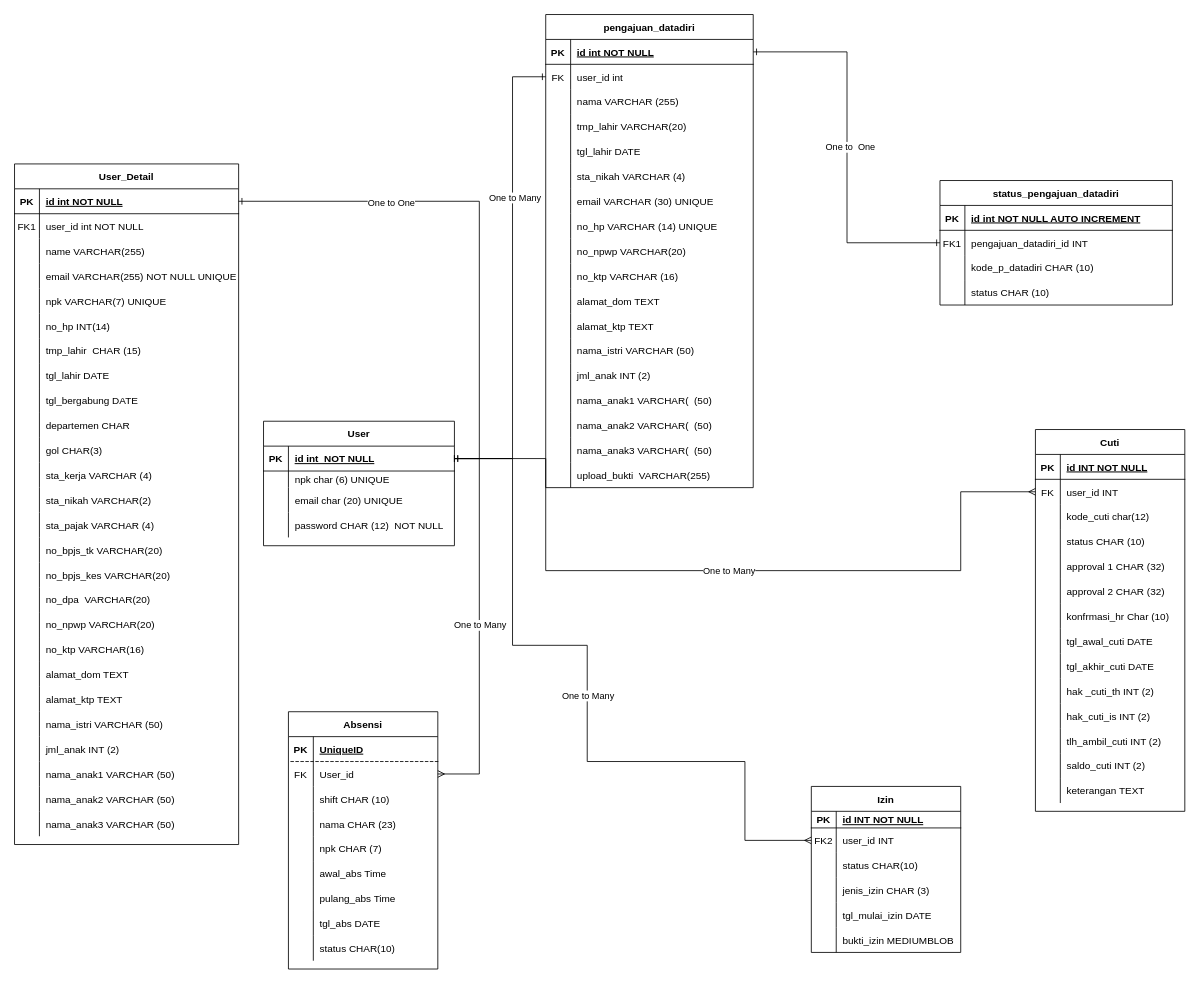
This is page "ERD" (1 of 6) of ERDS1AR/ERD S1AR.drawio from magang-aiia/ERD-Diagram, a draw.io file, before an edit. Source tidied: cells renumbered, new cells numbered last; positions are measured from the earlier drawing's top-left corner, leaving out a move shared by most shapes. Both pictures are drawn from the tidied source at 83%, with x=0, y=0 at pixel (14, 14).
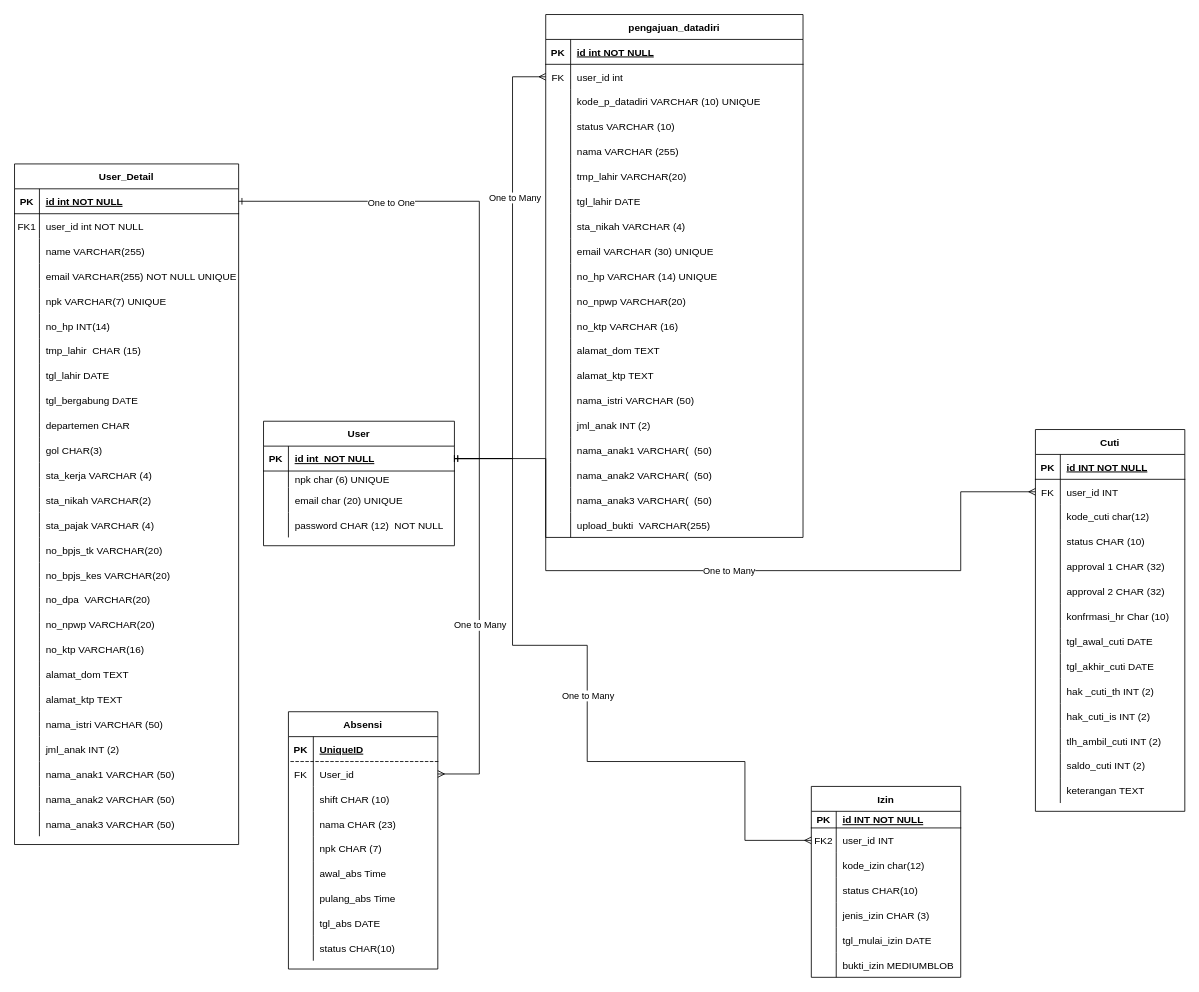
The same page after the edit.

The change refers to these unchanged cells:
```xml
<mxCell id="137" style="shape=tableRow;horizontal=0;startSize=0;swimlaneHead=0;swimlaneBody=0;fillColor=none;points=[[0,0.5],[1,0.5]];portConstraint=eastwest;top=0;left=0;right=0;bottom=1;rounded=0;" parent="136" vertex="1">
  <mxGeometry y="30" width="230" height="30" as="geometry" />
</mxCell>
```

Diff of the diagram source:
```diff
@@
     <mxCell id="81" value="pengajuan_datadiri" style="shape=table;startSize=30;childLayout=tableLayout;rowLines=0;fontStyle=1;align=center;" parent="1" vertex="1">
-      <mxGeometry x="640" width="250" height="570" as="geometry" />
+      <mxGeometry x="640" width="310" height="630" as="geometry" />
     </mxCell>
     <mxCell id="82" style="shape=partialRectangle;fillColor=none;points=[[0,0.5],[1,0.5]];portConstraint=eastwest;top=0;left=0;right=0;bottom=1;" parent="81" vertex="1">
-      <mxGeometry y="30" width="250" height="30" as="geometry" />
+      <mxGeometry y="30" width="310" height="30" as="geometry" />
     </mxCell>
@@
     <mxCell id="84" value="id int NOT NULL " style="shape=partialRectangle;overflow=hidden;fillColor=none;top=0;left=0;bottom=0;right=0;align=left;spacingLeft=6;fontStyle=5;" parent="82" vertex="1">
-      <mxGeometry x="30" width="220" height="30" as="geometry" />
+      <mxGeometry x="30" width="280" height="30" as="geometry" />
     </mxCell>
     <mxCell id="85" style="shape=partialRectangle;fillColor=none;points=[[0,0.5],[1,0.5]];portConstraint=eastwest;top=0;left=0;right=0;bottom=0;" parent="81" vertex="1">
-      <mxGeometry y="60" width="250" height="30" as="geometry" />
+      <mxGeometry y="60" width="310" height="30" as="geometry" />
     </mxCell>
@@
     <mxCell id="87" value="user_id int" style="shape=partialRectangle;overflow=hidden;fillColor=none;top=0;left=0;bottom=0;right=0;align=left;spacingLeft=6;" parent="85" vertex="1">
-      <mxGeometry x="30" width="220" height="30" as="geometry" />
+      <mxGeometry x="30" width="280" height="30" as="geometry" />
     </mxCell>
+    <mxCell id="264" style="shape=partialRectangle;fillColor=none;top=0;left=0;right=0;bottom=0;" parent="81" vertex="1">
+      <mxGeometry y="90" width="310" height="30" as="geometry" />
+    </mxCell>
+    <mxCell id="265" style="shape=partialRectangle;overflow=hidden;fillColor=none;top=0;left=0;bottom=0;right=0;" parent="264" vertex="1">
+      <mxGeometry width="30" height="30" as="geometry" />
+    </mxCell>
+    <mxCell id="266" value="kode_p_datadiri VARCHAR (10) UNIQUE" style="shape=partialRectangle;overflow=hidden;fillColor=none;top=0;left=0;bottom=0;right=0;align=left;spacingLeft=6;" parent="264" vertex="1">
+      <mxGeometry x="30" width="280" height="30" as="geometry" />
+    </mxCell>
+    <mxCell id="267" style="shape=partialRectangle;fillColor=none;top=0;left=0;right=0;bottom=0;" parent="81" vertex="1">
+      <mxGeometry y="120" width="310" height="30" as="geometry" />
+    </mxCell>
+    <mxCell id="268" style="shape=partialRectangle;overflow=hidden;fillColor=none;top=0;left=0;bottom=0;right=0;" parent="267" vertex="1">
+      <mxGeometry width="30" height="30" as="geometry" />
+    </mxCell>
+    <mxCell id="269" value="status VARCHAR (10)" style="shape=partialRectangle;overflow=hidden;fillColor=none;top=0;left=0;bottom=0;right=0;align=left;spacingLeft=6;" parent="267" vertex="1">
+      <mxGeometry x="30" width="280" height="30" as="geometry" />
+    </mxCell>
     <mxCell id="88" style="shape=partialRectangle;fillColor=none;top=0;left=0;right=0;bottom=0;" parent="81" vertex="1">
-      <mxGeometry y="90" width="250" height="30" as="geometry" />
+      <mxGeometry y="150" width="310" height="30" as="geometry" />
     </mxCell>
@@
     <mxCell id="90" value="nama VARCHAR (255)" style="shape=partialRectangle;overflow=hidden;fillColor=none;top=0;left=0;bottom=0;right=0;align=left;spacingLeft=6;" parent="88" vertex="1">
-      <mxGeometry x="30" width="220" height="30" as="geometry" />
+      <mxGeometry x="30" width="280" height="30" as="geometry" />
     </mxCell>
     <mxCell id="91" style="shape=partialRectangle;fillColor=none;top=0;left=0;right=0;bottom=0;" parent="81" vertex="1">
-      <mxGeometry y="120" width="250" height="30" as="geometry" />
+      <mxGeometry y="180" width="310" height="30" as="geometry" />
     </mxCell>
@@
     <mxCell id="93" value="tmp_lahir VARCHAR(20)" style="shape=partialRectangle;overflow=hidden;fillColor=none;top=0;left=0;bottom=0;right=0;align=left;spacingLeft=6;" parent="91" vertex="1">
-      <mxGeometry x="30" width="220" height="30" as="geometry" />
+      <mxGeometry x="30" width="280" height="30" as="geometry" />
     </mxCell>
     <mxCell id="94" style="shape=partialRectangle;fillColor=none;top=0;left=0;right=0;bottom=0;" parent="81" vertex="1">
-      <mxGeometry y="150" width="250" height="30" as="geometry" />
+      <mxGeometry y="210" width="310" height="30" as="geometry" />
     </mxCell>
@@
     <mxCell id="96" value="tgl_lahir DATE" style="shape=partialRectangle;overflow=hidden;fillColor=none;top=0;left=0;bottom=0;right=0;align=left;spacingLeft=6;" parent="94" vertex="1">
-      <mxGeometry x="30" width="220" height="30" as="geometry" />
+      <mxGeometry x="30" width="280" height="30" as="geometry" />
     </mxCell>
     <mxCell id="97" style="shape=partialRectangle;fillColor=none;top=0;left=0;right=0;bottom=0;" parent="81" vertex="1">
-      <mxGeometry y="180" width="250" height="30" as="geometry" />
+      <mxGeometry y="240" width="310" height="30" as="geometry" />
     </mxCell>
@@
     <mxCell id="99" value="sta_nikah VARCHAR (4)" style="shape=partialRectangle;overflow=hidden;fillColor=none;top=0;left=0;bottom=0;right=0;align=left;spacingLeft=6;" parent="97" vertex="1">
-      <mxGeometry x="30" width="220" height="30" as="geometry" />
+      <mxGeometry x="30" width="280" height="30" as="geometry" />
     </mxCell>
     <mxCell id="100" style="shape=partialRectangle;fillColor=none;top=0;left=0;right=0;bottom=0;" parent="81" vertex="1">
-      <mxGeometry y="210" width="250" height="30" as="geometry" />
+      <mxGeometry y="270" width="310" height="30" as="geometry" />
     </mxCell>
@@
     <mxCell id="102" value="email VARCHAR (30) UNIQUE" style="shape=partialRectangle;overflow=hidden;fillColor=none;top=0;left=0;bottom=0;right=0;align=left;spacingLeft=6;" parent="100" vertex="1">
-      <mxGeometry x="30" width="220" height="30" as="geometry" />
+      <mxGeometry x="30" width="280" height="30" as="geometry" />
     </mxCell>
     <mxCell id="103" style="shape=partialRectangle;fillColor=none;top=0;left=0;right=0;bottom=0;" parent="81" vertex="1">
-      <mxGeometry y="240" width="250" height="30" as="geometry" />
+      <mxGeometry y="300" width="310" height="30" as="geometry" />
     </mxCell>
@@
     <mxCell id="105" value="no_hp VARCHAR (14) UNIQUE" style="shape=partialRectangle;overflow=hidden;fillColor=none;top=0;left=0;bottom=0;right=0;align=left;spacingLeft=6;" parent="103" vertex="1">
-      <mxGeometry x="30" width="220" height="30" as="geometry" />
+      <mxGeometry x="30" width="280" height="30" as="geometry" />
     </mxCell>
     <mxCell id="106" style="shape=partialRectangle;fillColor=none;top=0;left=0;right=0;bottom=0;" parent="81" vertex="1">
-      <mxGeometry y="270" width="250" height="30" as="geometry" />
+      <mxGeometry y="330" width="310" height="30" as="geometry" />
     </mxCell>
@@
     <mxCell id="108" value="no_npwp VARCHAR(20) " style="shape=partialRectangle;overflow=hidden;fillColor=none;top=0;left=0;bottom=0;right=0;align=left;spacingLeft=6;" parent="106" vertex="1">
-      <mxGeometry x="30" width="220" height="30" as="geometry" />
+      <mxGeometry x="30" width="280" height="30" as="geometry" />
     </mxCell>
     <mxCell id="109" style="shape=partialRectangle;fillColor=none;top=0;left=0;right=0;bottom=0;" parent="81" vertex="1">
-      <mxGeometry y="300" width="250" height="30" as="geometry" />
+      <mxGeometry y="360" width="310" height="30" as="geometry" />
     </mxCell>
@@
     <mxCell id="111" value="no_ktp VARCHAR (16)" style="shape=partialRectangle;overflow=hidden;fillColor=none;top=0;left=0;bottom=0;right=0;align=left;spacingLeft=6;" parent="109" vertex="1">
-      <mxGeometry x="30" width="220" height="30" as="geometry" />
+      <mxGeometry x="30" width="280" height="30" as="geometry" />
     </mxCell>
     <mxCell id="112" style="shape=partialRectangle;fillColor=none;top=0;left=0;right=0;bottom=0;" parent="81" vertex="1">
-      <mxGeometry y="330" width="250" height="30" as="geometry" />
+      <mxGeometry y="390" width="310" height="30" as="geometry" />
     </mxCell>
@@
     <mxCell id="114" value="alamat_dom TEXT" style="shape=partialRectangle;overflow=hidden;fillColor=none;top=0;left=0;bottom=0;right=0;align=left;spacingLeft=6;" parent="112" vertex="1">
-      <mxGeometry x="30" width="220" height="30" as="geometry" />
+      <mxGeometry x="30" width="280" height="30" as="geometry" />
     </mxCell>
     <mxCell id="115" style="shape=partialRectangle;fillColor=none;top=0;left=0;right=0;bottom=0;" parent="81" vertex="1">
-      <mxGeometry y="360" width="250" height="30" as="geometry" />
+      <mxGeometry y="420" width="310" height="30" as="geometry" />
     </mxCell>
@@
     <mxCell id="117" value="alamat_ktp TEXT" style="shape=partialRectangle;overflow=hidden;fillColor=none;top=0;left=0;bottom=0;right=0;align=left;spacingLeft=6;" parent="115" vertex="1">
-      <mxGeometry x="30" width="220" height="30" as="geometry" />
+      <mxGeometry x="30" width="280" height="30" as="geometry" />
     </mxCell>
     <mxCell id="118" style="shape=partialRectangle;fillColor=none;top=0;left=0;right=0;bottom=0;" parent="81" vertex="1">
-      <mxGeometry y="390" width="250" height="30" as="geometry" />
+      <mxGeometry y="450" width="310" height="30" as="geometry" />
     </mxCell>
@@
     <mxCell id="120" value="nama_istri VARCHAR (50)" style="shape=partialRectangle;overflow=hidden;fillColor=none;top=0;left=0;bottom=0;right=0;align=left;spacingLeft=6;" parent="118" vertex="1">
-      <mxGeometry x="30" width="220" height="30" as="geometry" />
+      <mxGeometry x="30" width="280" height="30" as="geometry" />
     </mxCell>
     <mxCell id="121" style="shape=partialRectangle;fillColor=none;top=0;left=0;right=0;bottom=0;" parent="81" vertex="1">
-      <mxGeometry y="420" width="250" height="30" as="geometry" />
+      <mxGeometry y="480" width="310" height="30" as="geometry" />
     </mxCell>
@@
     <mxCell id="123" value="jml_anak INT (2)" style="shape=partialRectangle;overflow=hidden;fillColor=none;top=0;left=0;bottom=0;right=0;align=left;spacingLeft=6;" parent="121" vertex="1">
-      <mxGeometry x="30" width="220" height="30" as="geometry" />
+      <mxGeometry x="30" width="280" height="30" as="geometry" />
     </mxCell>
     <mxCell id="124" style="shape=partialRectangle;fillColor=none;top=0;left=0;right=0;bottom=0;" parent="81" vertex="1">
-      <mxGeometry y="450" width="250" height="30" as="geometry" />
+      <mxGeometry y="510" width="310" height="30" as="geometry" />
     </mxCell>
@@
     <mxCell id="126" value="nama_anak1 VARCHAR(  (50)" style="shape=partialRectangle;overflow=hidden;fillColor=none;top=0;left=0;bottom=0;right=0;align=left;spacingLeft=6;fontStyle=0;" parent="124" vertex="1">
-      <mxGeometry x="30" width="220" height="30" as="geometry" />
+      <mxGeometry x="30" width="280" height="30" as="geometry" />
     </mxCell>
     <mxCell id="127" style="shape=partialRectangle;fillColor=none;top=0;left=0;right=0;bottom=0;" parent="81" vertex="1">
-      <mxGeometry y="480" width="250" height="30" as="geometry" />
+      <mxGeometry y="540" width="310" height="30" as="geometry" />
     </mxCell>
@@
     <mxCell id="129" value="nama_anak2 VARCHAR(  (50)" style="shape=partialRectangle;overflow=hidden;fillColor=none;top=0;left=0;bottom=0;right=0;align=left;spacingLeft=6;fontStyle=0;" parent="127" vertex="1">
-      <mxGeometry x="30" width="220" height="30" as="geometry" />
+      <mxGeometry x="30" width="280" height="30" as="geometry" />
     </mxCell>
     <mxCell id="130" style="shape=partialRectangle;fillColor=none;top=0;left=0;right=0;bottom=0;" parent="81" vertex="1">
-      <mxGeometry y="510" width="250" height="30" as="geometry" />
+      <mxGeometry y="570" width="310" height="30" as="geometry" />
     </mxCell>
@@
     <mxCell id="132" value="nama_anak3 VARCHAR(  (50)" style="shape=partialRectangle;overflow=hidden;fillColor=none;top=0;left=0;bottom=0;right=0;align=left;spacingLeft=6;fontStyle=0;" parent="130" vertex="1">
-      <mxGeometry x="30" width="220" height="30" as="geometry" />
+      <mxGeometry x="30" width="280" height="30" as="geometry" />
     </mxCell>
     <mxCell id="133" style="shape=partialRectangle;fillColor=none;top=0;left=0;right=0;bottom=0;" parent="81" vertex="1">
-      <mxGeometry y="540" width="250" height="30" as="geometry" />
+      <mxGeometry y="600" width="310" height="30" as="geometry" />
     </mxCell>
@@
     <mxCell id="135" value="upload_bukti  VARCHAR(255)" style="shape=partialRectangle;overflow=hidden;fillColor=none;top=0;left=0;bottom=0;right=0;align=left;spacingLeft=6;" parent="133" vertex="1">
-      <mxGeometry x="30" width="220" height="30" as="geometry" />
+      <mxGeometry x="30" width="280" height="30" as="geometry" />
     </mxCell>
@@
     <mxCell id="192" value="Izin" style="shape=table;startSize=30;childLayout=tableLayout;rowLines=0;fontStyle=1;align=center;rounded=0;" parent="1" vertex="1">
-      <mxGeometry x="960" y="930" width="180" height="200" as="geometry" />
+      <mxGeometry x="960" y="930" width="180" height="230" as="geometry" />
     </mxCell>
@@
+    <mxCell id="270" style="shape=tableRow;horizontal=0;startSize=0;swimlaneHead=0;swimlaneBody=0;fillColor=none;top=0;left=0;right=0;bottom=0;rounded=0;" parent="192" vertex="1">
+      <mxGeometry y="80" width="180" height="30" as="geometry" />
+    </mxCell>
+    <mxCell id="271" style="shape=partialRectangle;fillColor=none;top=0;left=0;bottom=0;right=0;overflow=hidden;rounded=0;" parent="270" vertex="1">
+      <mxGeometry width="30" height="30" as="geometry" />
+    </mxCell>
+    <mxCell id="272" value="kode_izin char(12)" style="shape=partialRectangle;fillColor=none;top=0;left=0;bottom=0;right=0;align=left;spacingLeft=6;overflow=hidden;rounded=0;" parent="270" vertex="1">
+      <mxGeometry x="30" width="150" height="30" as="geometry" />
+    </mxCell>
     <mxCell id="199" style="shape=tableRow;horizontal=0;startSize=0;swimlaneHead=0;swimlaneBody=0;fillColor=none;top=0;left=0;right=0;bottom=0;rounded=0;" parent="192" vertex="1">
-      <mxGeometry y="80" width="180" height="30" as="geometry" />
+      <mxGeometry y="110" width="180" height="30" as="geometry" />
     </mxCell>
@@
     <mxCell id="202" style="shape=tableRow;horizontal=0;startSize=0;swimlaneHead=0;swimlaneBody=0;fillColor=none;top=0;left=0;right=0;bottom=0;rounded=0;" parent="192" vertex="1">
-      <mxGeometry y="110" width="180" height="30" as="geometry" />
+      <mxGeometry y="140" width="180" height="30" as="geometry" />
     </mxCell>
@@
     <mxCell id="205" style="shape=tableRow;horizontal=0;startSize=0;swimlaneHead=0;swimlaneBody=0;fillColor=none;top=0;left=0;right=0;bottom=0;rounded=0;" parent="192" vertex="1">
-      <mxGeometry y="140" width="180" height="30" as="geometry" />
+      <mxGeometry y="170" width="180" height="30" as="geometry" />
     </mxCell>
@@
     <mxCell id="208" style="shape=tableRow;horizontal=0;startSize=0;swimlaneHead=0;swimlaneBody=0;fillColor=none;top=0;left=0;right=0;bottom=0;rounded=0;" parent="192" vertex="1">
-      <mxGeometry y="170" width="180" height="30" as="geometry" />
+      <mxGeometry y="200" width="180" height="30" as="geometry" />
     </mxCell>
@@
-    <mxCell id="211" value="status_pengajuan_datadiri" style="shape=table;startSize=30;childLayout=tableLayout;rowLines=0;fontStyle=1;align=center;rounded=0;" parent="1" vertex="1">
-      <mxGeometry x="1115" y="200" width="280" height="150" as="geometry" />
-    </mxCell>
-    <mxCell id="212" style="shape=tableRow;horizontal=0;startSize=0;swimlaneHead=0;swimlaneBody=0;fillColor=none;top=0;left=0;right=0;bottom=1;rounded=0;" parent="211" vertex="1">
-      <mxGeometry y="30" width="280" height="30" as="geometry" />
-    </mxCell>
-    <mxCell id="213" value="PK" style="shape=partialRectangle;fillColor=none;top=0;left=0;bottom=0;right=0;fontStyle=1;overflow=hidden;rounded=0;" parent="212" vertex="1">
-      <mxGeometry width="30" height="30" as="geometry" />
-    </mxCell>
-    <mxCell id="214" value="id int NOT NULL AUTO INCREMENT" style="shape=partialRectangle;fillColor=none;top=0;left=0;bottom=0;right=0;align=left;spacingLeft=6;fontStyle=5;overflow=hidden;rounded=0;" parent="212" vertex="1">
-      <mxGeometry x="30" width="250" height="30" as="geometry" />
-    </mxCell>
-    <mxCell id="215" style="shape=tableRow;horizontal=0;startSize=0;swimlaneHead=0;swimlaneBody=0;fillColor=none;points=[[0,0.5],[1,0.5]];portConstraint=eastwest;top=0;left=0;right=0;bottom=0;rounded=0;" parent="211" vertex="1">
-      <mxGeometry y="60" width="280" height="30" as="geometry" />
-    </mxCell>
-    <mxCell id="216" value="FK1" style="shape=partialRectangle;fillColor=none;top=0;left=0;bottom=0;right=0;overflow=hidden;rounded=0;" parent="215" vertex="1">
-      <mxGeometry width="30" height="30" as="geometry" />
-    </mxCell>
-    <mxCell id="217" value="pengajuan_datadiri_id INT" style="shape=partialRectangle;fillColor=none;top=0;left=0;bottom=0;right=0;align=left;spacingLeft=6;overflow=hidden;rounded=0;" parent="215" vertex="1">
-      <mxGeometry x="30" width="250" height="30" as="geometry" />
-    </mxCell>
-    <mxCell id="218" style="shape=tableRow;horizontal=0;startSize=0;swimlaneHead=0;swimlaneBody=0;fillColor=none;top=0;left=0;right=0;bottom=0;rounded=0;" parent="211" vertex="1">
-      <mxGeometry y="90" width="280" height="30" as="geometry" />
-    </mxCell>
-    <mxCell id="219" style="shape=partialRectangle;fillColor=none;top=0;left=0;bottom=0;right=0;overflow=hidden;rounded=0;" parent="218" vertex="1">
-      <mxGeometry width="30" height="30" as="geometry" />
-    </mxCell>
-    <mxCell id="220" value="kode_p_datadiri CHAR (10)" style="shape=partialRectangle;fillColor=none;top=0;left=0;bottom=0;right=0;align=left;spacingLeft=6;overflow=hidden;rounded=0;" parent="218" vertex="1">
-      <mxGeometry x="30" width="250" height="30" as="geometry" />
-    </mxCell>
-    <mxCell id="221" style="shape=tableRow;horizontal=0;startSize=0;swimlaneHead=0;swimlaneBody=0;fillColor=none;top=0;left=0;right=0;bottom=0;rounded=0;" parent="211" vertex="1">
-      <mxGeometry y="120" width="280" height="30" as="geometry" />
-    </mxCell>
-    <mxCell id="222" style="shape=partialRectangle;fillColor=none;top=0;left=0;bottom=0;right=0;overflow=hidden;rounded=0;" parent="221" vertex="1">
-      <mxGeometry width="30" height="30" as="geometry" />
-    </mxCell>
-    <mxCell id="223" value="status CHAR (10)" style="shape=partialRectangle;fillColor=none;top=0;left=0;bottom=0;right=0;align=left;spacingLeft=6;overflow=hidden;rounded=0;" parent="221" vertex="1">
-      <mxGeometry x="30" width="250" height="30" as="geometry" />
-    </mxCell>
@@
-    <mxCell id="226" style="endArrow=ERone;html=1;rounded=0;exitX=0;exitY=0.5;exitDx=0;exitDy=0;entryX=1;entryY=0.5;entryDx=0;entryDy=0;endFill=0;startArrow=ERone;startFill=0;edgeStyle=elbowEdgeStyle;" parent="1" edge="1" source="85" target="137">
+    <mxCell id="226" style="endArrow=ERone;html=1;rounded=0;exitX=0;exitY=0.5;exitDx=0;exitDy=0;entryX=1;entryY=0.5;entryDx=0;entryDy=0;endFill=0;startArrow=ERmany;startFill=0;edgeStyle=elbowEdgeStyle;" parent="1" edge="1" source="85" target="137">
       <mxGeometry relative="1" as="geometry">
         <Array as="points">
           <mxPoint x="600" y="390" />
         </Array>
       </mxGeometry>
     </mxCell>
@@
-    <mxCell id="228" style="endArrow=ERone;html=1;rounded=0;exitX=1;exitY=0.5;exitDx=0;exitDy=0;entryX=0;entryY=0.5;entryDx=0;entryDy=0;edgeStyle=elbowEdgeStyle;endFill=0;startArrow=ERone;startFill=0;" parent="1" edge="1" source="82" target="215">
-      <mxGeometry relative="1" as="geometry" />
-    </mxCell>
-    <mxCell id="229" value="One to&amp;nbsp; One" style="edgeLabel;html=1;align=center;verticalAlign=middle;" parent="228" vertex="1">
-      <mxGeometry relative="1" as="geometry">
-        <mxPoint x="3" y="-1" as="offset" />
-      </mxGeometry>
-    </mxCell>
```
